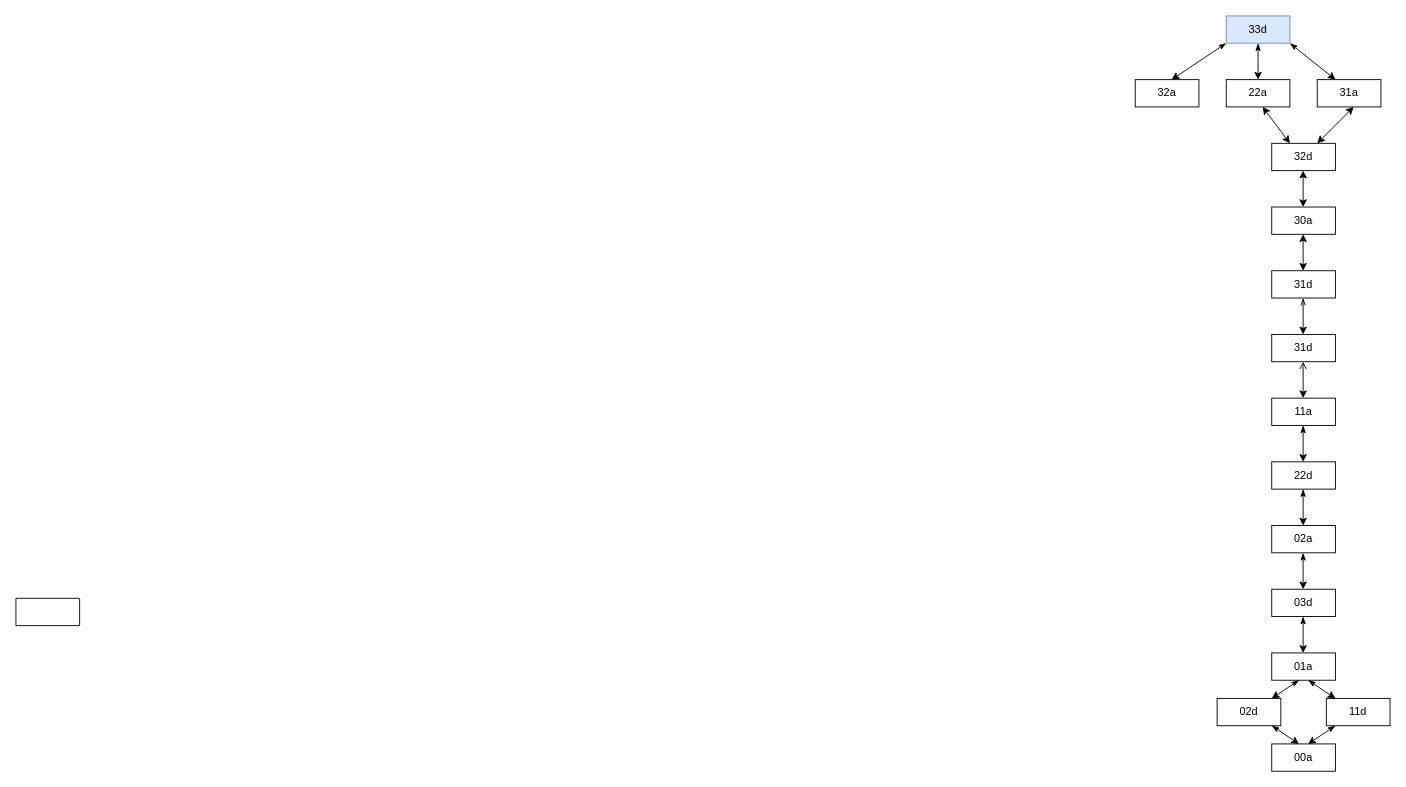
Earlier version of the draw.io diagram Untitled Diagram.drawio (yuorky/CS-686-Artificial-Intelligence-). Source tidied: cells renumbered, new cells numbered last; positions are measured from the earlier drawing's top-left corner, leaving out a move shared by most shapes. Both pictures are drawn from the tidied source at 91%, with x=0, y=0 at pixel (15, 15).
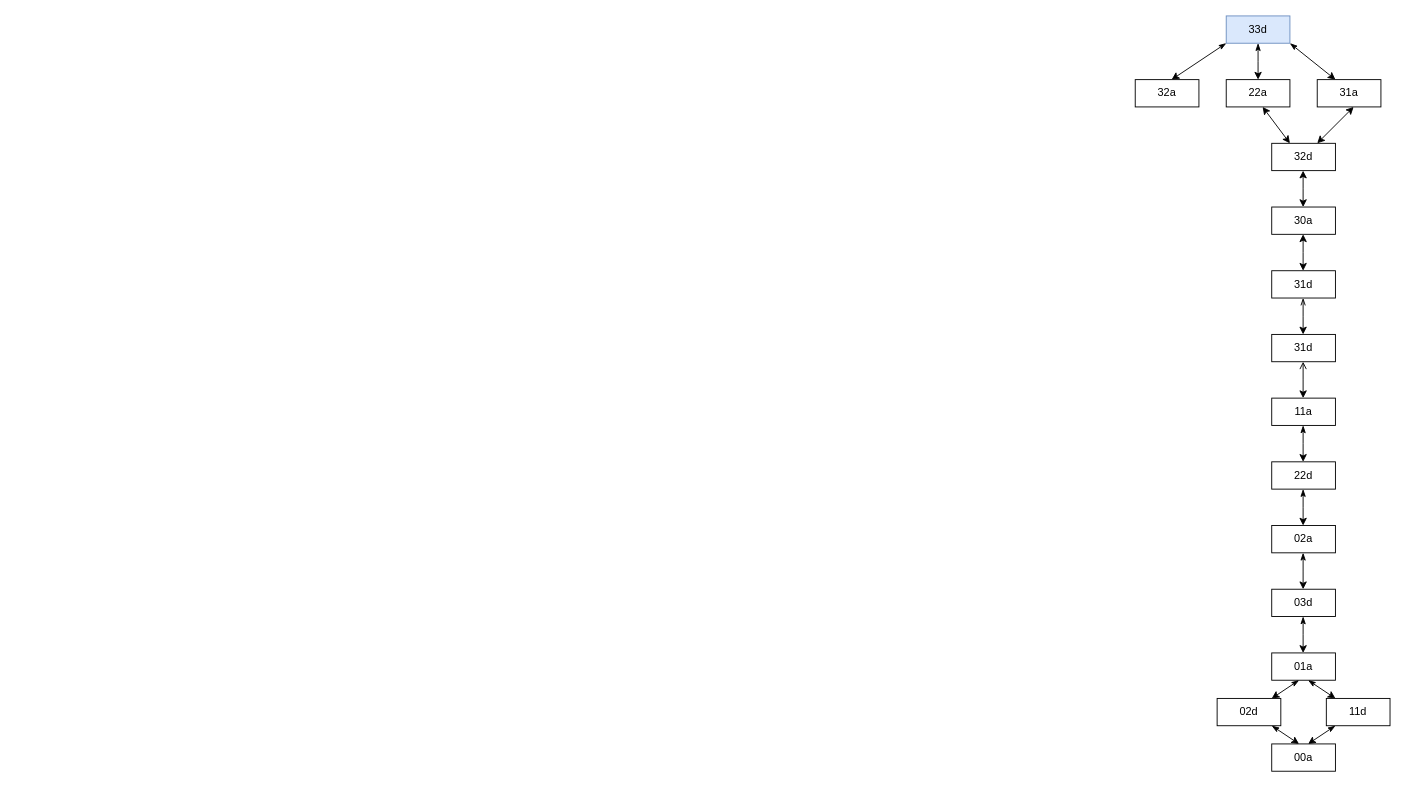
After the change.

Diff of the diagram source:
```diff
@@
-    <mxCell id="5" style="verticalLabelPosition=bottom;verticalAlign=top;html=1;shape=mxgraph.basic.rect;fillColor2=none;strokeWidth=1;size=20;indent=5;" parent="1" vertex="1">
-      <mxGeometry y="640" width="70" height="30" as="geometry" />
-    </mxCell>
```
